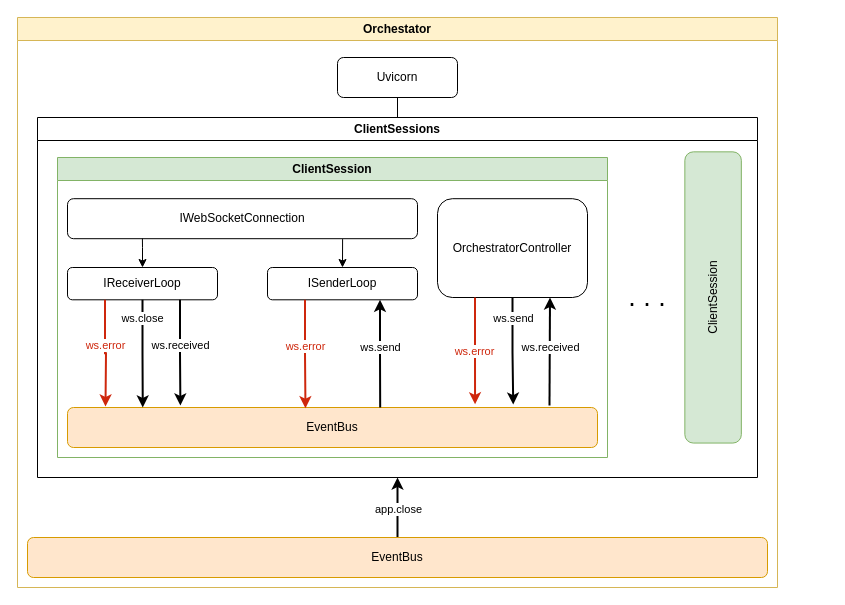
This is nyx/services/orchestator/docs/diagrams/Orchestator_Structure.drawio from P4blo003/nyx, a draw.io file, before an edit. Source tidied: cells renumbered, new cells numbered last; positions are measured from the earlier drawing's top-left corner, leaving out a move shared by most shapes. Both pictures are drawn from the tidied source at 100%, with x=0, y=0 at pixel (17, 17).
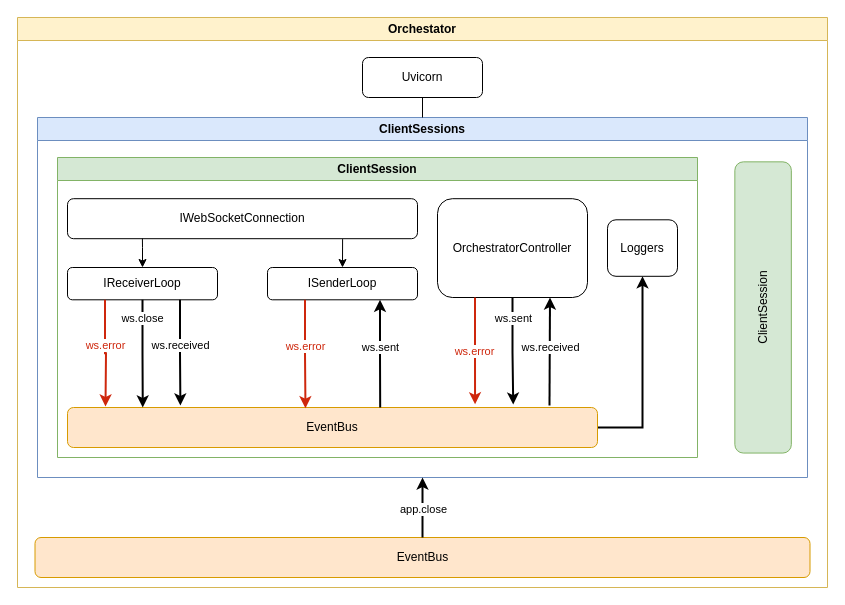
The same diagram, later.

Unchanged cells that the change refers to:
```xml
<mxCell id="9" value="EventBus" style="rounded=1;whiteSpace=wrap;html=1;fillColor=#ffe6cc;strokeColor=#d79b00;" parent="5" vertex="1">
  <mxGeometry x="10" y="250" width="530" height="40" as="geometry" />
</mxCell>
<mxCell id="18" style="edgeStyle=orthogonalEdgeStyle;rounded=0;jettySize=auto;html=1;exitX=0.75;exitY=1;exitDx=0;exitDy=0;entryX=0.59;entryY=0;entryDx=0;entryDy=0;entryPerimeter=0;strokeWidth=2;startArrow=classic;startFill=1;endArrow=none;endFill=0;" parent="5" edge="1" source="14" target="9">
  <mxGeometry relative="1" as="geometry" />
</mxCell>
<mxCell id="27" style="edgeStyle=orthogonalEdgeStyle;rounded=0;jettySize=auto;html=1;entryX=0.841;entryY=-0.074;entryDx=0;entryDy=0;entryPerimeter=0;strokeWidth=2;" parent="5" edge="1" source="22" target="9">
  <mxGeometry relative="1" as="geometry" />
</mxCell>
```

What changed in the source:
```diff
@@
     <mxCell id="2" value="Orchestator" style="swimlane;whiteSpace=wrap;html=1;fillColor=#fff2cc;strokeColor=#d6b656;" parent="1" vertex="1">
-      <mxGeometry width="760" height="570" as="geometry" />
+      <mxGeometry width="810" height="570" as="geometry" />
     </mxCell>
     <mxCell id="3" value="Uvicorn" style="rounded=1;whiteSpace=wrap;html=1;" parent="2" vertex="1">
-      <mxGeometry x="320" y="40" width="120" height="40" as="geometry" />
+      <mxGeometry x="345" y="40" width="120" height="40" as="geometry" />
     </mxCell>
-    <mxCell id="4" value="ClientSessions" style="swimlane;whiteSpace=wrap;html=1;" parent="2" vertex="1">
-      <mxGeometry x="20" y="100" width="720" height="360" as="geometry" />
+    <mxCell id="4" value="ClientSessions" style="swimlane;whiteSpace=wrap;html=1;fillColor=#dae8fc;strokeColor=#6c8ebf;" parent="2" vertex="1">
+      <mxGeometry x="20" y="100" width="770" height="360" as="geometry" />
     </mxCell>
     <mxCell id="5" value="ClientSession" style="swimlane;whiteSpace=wrap;html=1;startSize=23;fillColor=#d5e8d4;strokeColor=#82b366;" parent="4" vertex="1">
-      <mxGeometry x="20" y="40" width="550" height="300" as="geometry" />
+      <mxGeometry x="20" y="40" width="640" height="300" as="geometry" />
     </mxCell>
@@
+    <mxCell id="35" style="edgeStyle=orthogonalEdgeStyle;rounded=0;jettySize=auto;html=1;entryX=0.5;entryY=1;entryDx=0;entryDy=0;strokeWidth=2;" parent="5" edge="1" source="9" target="36">
+      <mxGeometry relative="1" as="geometry" />
+    </mxCell>
@@
-    <mxCell id="19" value="ws.send" style="edgeLabel;html=1;align=center;verticalAlign=middle;" parent="18" vertex="1">
+    <mxCell id="19" value="ws.sent" style="edgeLabel;html=1;align=center;verticalAlign=middle;" parent="18" vertex="1">
       <mxGeometry x="-0.13" relative="1" as="geometry" />
     </mxCell>
@@
-    <mxCell id="28" value="ws.send" style="edgeLabel;html=1;align=center;verticalAlign=middle;" parent="27" vertex="1">
+    <mxCell id="28" value="ws.sent" style="edgeLabel;html=1;align=center;verticalAlign=middle;" parent="27" vertex="1">
       <mxGeometry x="-0.63" relative="1" as="geometry" />
     </mxCell>
+    <mxCell id="36" value="Loggers" style="rounded=1;whiteSpace=wrap;html=1;" parent="5" vertex="1">
+      <mxGeometry x="550" y="62.3" width="70" height="56.5" as="geometry" />
+    </mxCell>
     <mxCell id="29" value="ClientSession" style="rounded=1;whiteSpace=wrap;html=1;rotation=-90;fillColor=#d5e8d4;strokeColor=#82b366;" parent="4" vertex="1">
-      <mxGeometry x="530" y="151.7" width="291.2" height="56.5" as="geometry" />
+      <mxGeometry x="580" y="161.7" width="291.2" height="56.5" as="geometry" />
     </mxCell>
-    <mxCell id="30" value=". . ." style="text;html=1;whiteSpace=wrap;strokeColor=none;fillColor=none;align=center;verticalAlign=middle;rounded=0;strokeWidth=1;fontSize=27;" parent="4" vertex="1">
-      <mxGeometry x="580" y="167.5" width="60" height="25" as="geometry" />
-    </mxCell>
@@
+    <mxCell id="34" value="EventBus" style="rounded=1;whiteSpace=wrap;html=1;fillColor=#ffe6cc;strokeColor=#d79b00;" parent="2" vertex="1">
+      <mxGeometry x="17.5" y="520" width="775" height="40" as="geometry" />
+    </mxCell>
-    <mxCell id="32" style="edgeStyle=orthogonalEdgeStyle;rounded=0;jettySize=auto;html=1;entryX=0.5;entryY=1;entryDx=0;entryDy=0;strokeWidth=2;" parent="1" edge="1" source="34" target="4">
+    <mxCell id="32" style="edgeStyle=orthogonalEdgeStyle;rounded=0;jettySize=auto;html=1;strokeWidth=2;entryX=0.5;entryY=1;entryDx=0;entryDy=0;exitX=0.5;exitY=0;exitDx=0;exitDy=0;" parent="2" edge="1" source="34" target="4">
       <mxGeometry relative="1" as="geometry" />
     </mxCell>
@@
-    <mxCell id="34" value="EventBus" style="rounded=1;whiteSpace=wrap;html=1;fillColor=#ffe6cc;strokeColor=#d79b00;" parent="1" vertex="1">
-      <mxGeometry x="10" y="520" width="740" height="40" as="geometry" />
-    </mxCell>
```
